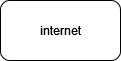
The draw.io diagram config/network.drawio.png in kigawa01/kigawa01, before a commit. Source tidied: cells renumbered, new cells last; positions are measured from the earlier drawing's top-left corner, leaving out a move shared by most shapes. Its diagram source:
```xml
<mxGraphModel>
  <root>
    <mxCell id="0" />
    <mxCell id="1" parent="0" />
    <mxCell id="2" value="internet" style="rounded=1;whiteSpace=wrap;html=1;" parent="1" vertex="1">
      <mxGeometry width="120" height="60" as="geometry" />
    </mxCell>
  </root>
</mxGraphModel>
```
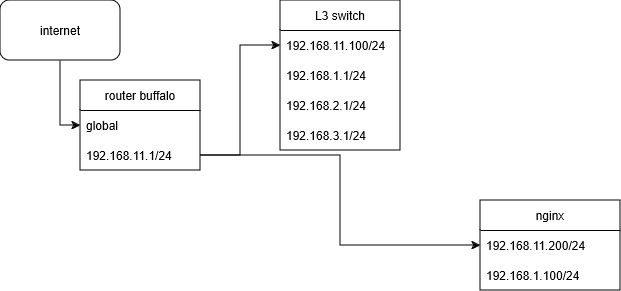
After the commit.

Commit message:
network.drawio.png を更新します

The edit, as a diff of the source:
```diff
@@ -2,8 +2,50 @@
   <root>
     <mxCell id="0" />
     <mxCell id="1" parent="0" />
+    <mxCell id="3" style="edgeStyle=orthogonalEdgeStyle;rounded=0;jettySize=auto;html=1;exitX=0.5;exitY=1;exitDx=0;exitDy=0;entryX=0;entryY=0.5;entryDx=0;entryDy=0;" parent="1" edge="1" source="2" target="5">
+      <mxGeometry relative="1" as="geometry" />
+    </mxCell>
     <mxCell id="2" value="internet" style="rounded=1;whiteSpace=wrap;html=1;" parent="1" vertex="1">
       <mxGeometry width="120" height="60" as="geometry" />
     </mxCell>
+    <mxCell id="4" value="router buffalo" style="swimlane;fontStyle=0;horizontal=1;startSize=30;whiteSpace=wrap;html=1;" parent="1" vertex="1">
+      <mxGeometry x="80" y="80" width="120" height="90" as="geometry" />
+    </mxCell>
+    <mxCell id="5" value="global" style="text;strokeColor=none;fillColor=none;align=left;verticalAlign=middle;spacingLeft=4;spacingRight=4;overflow=hidden;points=[[0,0.5],[1,0.5]];portConstraint=eastwest;whiteSpace=wrap;html=1;" parent="4" vertex="1">
+      <mxGeometry y="30" width="120" height="30" as="geometry" />
+    </mxCell>
+    <mxCell id="6" value="192.168.11.1/24" style="text;strokeColor=none;fillColor=none;align=left;verticalAlign=middle;spacingLeft=4;spacingRight=4;overflow=hidden;points=[[0,0.5],[1,0.5]];portConstraint=eastwest;whiteSpace=wrap;html=1;" parent="4" vertex="1">
+      <mxGeometry y="60" width="120" height="30" as="geometry" />
+    </mxCell>
+    <mxCell id="7" value="L3 switch" style="swimlane;fontStyle=0;horizontal=1;startSize=30;whiteSpace=wrap;html=1;" parent="1" vertex="1">
+      <mxGeometry x="280" width="120" height="150" as="geometry" />
+    </mxCell>
+    <mxCell id="8" value="192.168.11.100/24&lt;span style=&quot;white-space: pre;&quot;&gt;&#9;&lt;/span&gt;" style="text;strokeColor=none;fillColor=none;align=left;verticalAlign=middle;spacingLeft=4;spacingRight=4;overflow=hidden;points=[[0,0.5],[1,0.5]];portConstraint=eastwest;whiteSpace=wrap;html=1;" parent="7" vertex="1">
+      <mxGeometry y="30" width="120" height="30" as="geometry" />
+    </mxCell>
+    <mxCell id="9" value="192.168.1.1/24" style="text;strokeColor=none;fillColor=none;align=left;verticalAlign=middle;spacingLeft=4;spacingRight=4;overflow=hidden;whiteSpace=wrap;html=1;" parent="7" vertex="1">
+      <mxGeometry y="60" width="120" height="30" as="geometry" />
+    </mxCell>
+    <mxCell id="10" value="192.168.2.1/24" style="text;strokeColor=none;fillColor=none;align=left;verticalAlign=middle;spacingLeft=4;spacingRight=4;overflow=hidden;whiteSpace=wrap;html=1;" parent="7" vertex="1">
+      <mxGeometry y="90" width="120" height="30" as="geometry" />
+    </mxCell>
+    <mxCell id="11" value="192.168.3.1/24" style="text;strokeColor=none;fillColor=none;align=left;verticalAlign=middle;spacingLeft=4;spacingRight=4;overflow=hidden;whiteSpace=wrap;html=1;" parent="7" vertex="1">
+      <mxGeometry y="120" width="120" height="30" as="geometry" />
+    </mxCell>
+    <mxCell id="12" style="edgeStyle=orthogonalEdgeStyle;rounded=0;jettySize=auto;html=1;exitX=1;exitY=0.5;exitDx=0;exitDy=0;entryX=0;entryY=0.5;entryDx=0;entryDy=0;" parent="1" edge="1" source="6" target="8">
+      <mxGeometry relative="1" as="geometry" />
+    </mxCell>
+    <mxCell id="13" value="nginx" style="swimlane;fontStyle=0;horizontal=1;startSize=30;whiteSpace=wrap;html=1;" parent="1" vertex="1">
+      <mxGeometry x="480" y="200" width="140" height="90" as="geometry" />
+    </mxCell>
+    <mxCell id="14" value="192.168.11.200/24" style="text;strokeColor=none;fillColor=none;align=left;verticalAlign=middle;spacingLeft=4;spacingRight=4;overflow=hidden;points=[[0,0.5],[1,0.5]];portConstraint=eastwest;whiteSpace=wrap;html=1;" parent="13" vertex="1">
+      <mxGeometry y="30" width="140" height="30" as="geometry" />
+    </mxCell>
+    <mxCell id="15" value="192.168.1.100/24" style="text;strokeColor=none;fillColor=none;align=left;verticalAlign=middle;spacingLeft=4;spacingRight=4;overflow=hidden;whiteSpace=wrap;html=1;" parent="13" vertex="1">
+      <mxGeometry y="60" width="140" height="30" as="geometry" />
+    </mxCell>
+    <mxCell id="16" style="edgeStyle=orthogonalEdgeStyle;rounded=0;jettySize=auto;html=1;exitX=1;exitY=0.5;exitDx=0;exitDy=0;entryX=0;entryY=0.5;entryDx=0;entryDy=0;" parent="1" edge="1" source="6" target="14">
+      <mxGeometry relative="1" as="geometry" />
+    </mxCell>
   </root>
 </mxGraphModel>
```
